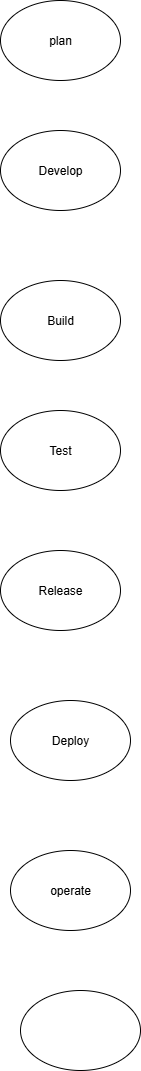
Earlier version of the draw.io export devops-lifecycle.drawio.png (purnimaseelam/my-first-repo). Source tidied: cells renumbered, new cells last; positions are measured from the earlier drawing's top-left corner, leaving out a move shared by most shapes.
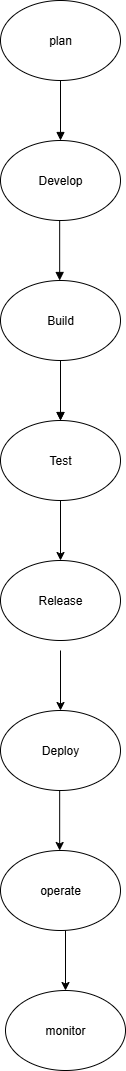
After the change.

Commit message:
devops-lifecycle1

What changed in the source:
```diff
@@ -2,29 +2,68 @@
   <root>
     <mxCell id="0" />
     <mxCell id="1" parent="0" />
+    <mxCell id="10" style="edgeStyle=orthogonalEdgeStyle;rounded=0;jettySize=auto;html=1;exitX=0.5;exitY=1;exitDx=0;exitDy=0;entryX=0.5;entryY=0;entryDx=0;entryDy=0;endArrow=block;endFill=1;" parent="1" edge="1" source="2" target="3">
+      <mxGeometry relative="1" as="geometry" />
+    </mxCell>
     <mxCell id="2" value="plan" style="ellipse;whiteSpace=wrap;html=1;" parent="1" vertex="1">
-      <mxGeometry width="120" height="80" as="geometry" />
+      <mxGeometry x="30" y="-10" width="120" height="80" as="geometry" />
     </mxCell>
     <mxCell id="3" value="Develop" style="ellipse;whiteSpace=wrap;html=1;" parent="1" vertex="1">
-      <mxGeometry y="130" width="120" height="80" as="geometry" />
+      <mxGeometry x="30" y="130" width="120" height="80" as="geometry" />
     </mxCell>
+    <mxCell id="11" style="edgeStyle=orthogonalEdgeStyle;rounded=0;jettySize=auto;html=1;" parent="1" edge="1" source="4" target="5">
+      <mxGeometry relative="1" as="geometry" />
+    </mxCell>
     <mxCell id="4" value="Build" style="ellipse;whiteSpace=wrap;html=1;" parent="1" vertex="1">
-      <mxGeometry y="280" width="120" height="80" as="geometry" />
+      <mxGeometry x="30" y="270" width="120" height="80" as="geometry" />
     </mxCell>
+    <mxCell id="12" style="edgeStyle=orthogonalEdgeStyle;rounded=0;jettySize=auto;html=1;" parent="1" edge="1" source="5" target="6">
+      <mxGeometry relative="1" as="geometry" />
+    </mxCell>
     <mxCell id="5" value="Test" style="ellipse;whiteSpace=wrap;html=1;" parent="1" vertex="1">
-      <mxGeometry y="410" width="120" height="80" as="geometry" />
+      <mxGeometry x="30" y="410" width="120" height="80" as="geometry" />
     </mxCell>
     <mxCell id="6" value="Release" style="ellipse;whiteSpace=wrap;html=1;" parent="1" vertex="1">
-      <mxGeometry y="550" width="120" height="80" as="geometry" />
+      <mxGeometry x="30" y="550" width="120" height="80" as="geometry" />
     </mxCell>
     <mxCell id="7" value="Deploy" style="ellipse;whiteSpace=wrap;html=1;" parent="1" vertex="1">
-      <mxGeometry x="10" y="700" width="120" height="80" as="geometry" />
+      <mxGeometry x="30" y="700" width="120" height="80" as="geometry" />
     </mxCell>
     <mxCell id="8" value="operate" style="ellipse;whiteSpace=wrap;html=1;" parent="1" vertex="1">
-      <mxGeometry x="10" y="850" width="120" height="80" as="geometry" />
+      <mxGeometry x="30" y="840" width="120" height="80" as="geometry" />
     </mxCell>
-    <mxCell id="9" style="ellipse;whiteSpace=wrap;html=1;" parent="1" vertex="1">
-      <mxGeometry x="20" y="990" width="120" height="80" as="geometry" />
+    <mxCell id="9" value="monitor" style="ellipse;whiteSpace=wrap;html=1;" parent="1" vertex="1">
+      <mxGeometry x="35" y="980" width="120" height="80" as="geometry" />
     </mxCell>
+    <mxCell id="13" style="edgeStyle=orthogonalEdgeStyle;rounded=0;orthogonalLoop=1;jettySize=auto;html=1;exitX=0.5;exitY=1;exitDx=0;exitDy=0;entryX=0.5;entryY=0;entryDx=0;entryDy=0;endArrow=block;endFill=1;" parent="1" edge="1">
+      <mxGeometry relative="1" as="geometry">
+        <mxPoint x="89.2" y="210" as="sourcePoint" />
+        <mxPoint x="89.2" y="270" as="targetPoint" />
+      </mxGeometry>
+    </mxCell>
+    <mxCell id="14" style="edgeStyle=orthogonalEdgeStyle;rounded=0;orthogonalLoop=1;jettySize=auto;html=1;exitX=0.5;exitY=1;exitDx=0;exitDy=0;entryX=0.5;entryY=0;entryDx=0;entryDy=0;endArrow=block;endFill=1;" parent="1" edge="1">
+      <mxGeometry relative="1" as="geometry">
+        <mxPoint x="90" y="350" as="sourcePoint" />
+        <mxPoint x="90" y="410" as="targetPoint" />
+      </mxGeometry>
+    </mxCell>
+    <mxCell id="15" style="edgeStyle=orthogonalEdgeStyle;rounded=0;orthogonalLoop=1;jettySize=auto;html=1;" parent="1" edge="1">
+      <mxGeometry relative="1" as="geometry">
+        <mxPoint x="90" y="640" as="sourcePoint" />
+        <mxPoint x="90" y="700" as="targetPoint" />
+      </mxGeometry>
+    </mxCell>
+    <mxCell id="16" style="edgeStyle=orthogonalEdgeStyle;rounded=0;orthogonalLoop=1;jettySize=auto;html=1;" parent="1" edge="1">
+      <mxGeometry relative="1" as="geometry">
+        <mxPoint x="89.2" y="780" as="sourcePoint" />
+        <mxPoint x="89.2" y="840" as="targetPoint" />
+      </mxGeometry>
+    </mxCell>
+    <mxCell id="17" style="edgeStyle=orthogonalEdgeStyle;rounded=0;orthogonalLoop=1;jettySize=auto;html=1;" parent="1" edge="1">
+      <mxGeometry relative="1" as="geometry">
+        <mxPoint x="95" y="920" as="sourcePoint" />
+        <mxPoint x="95" y="980" as="targetPoint" />
+      </mxGeometry>
+    </mxCell>
   </root>
 </mxGraphModel>
```
